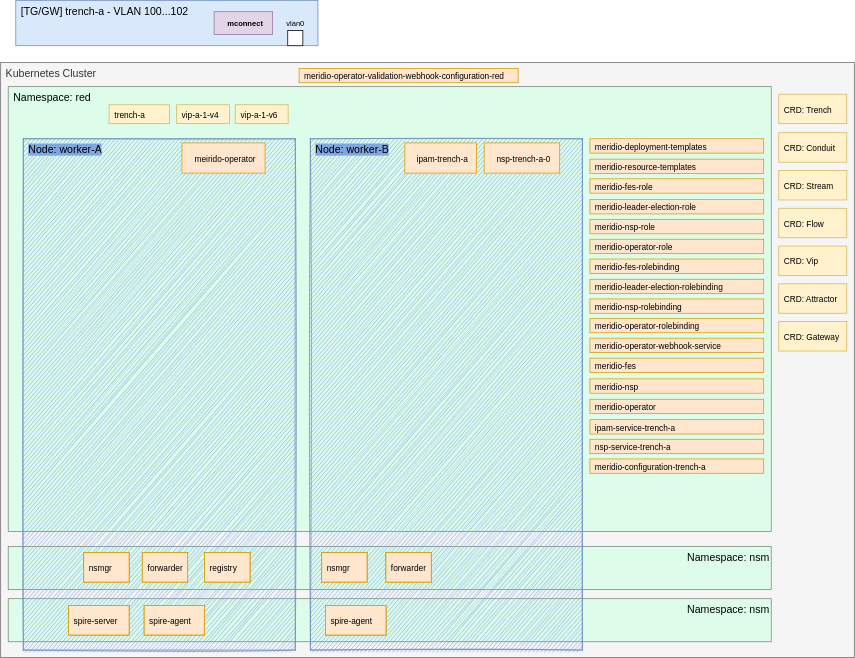
Above: Installation/assets/step-3.svg in Nordix/Meridio (draw.io), before the change. Source tidied: cells renumbered, new cells last; positions are measured from the earlier drawing's top-left corner, leaving out a move shared by most shapes.
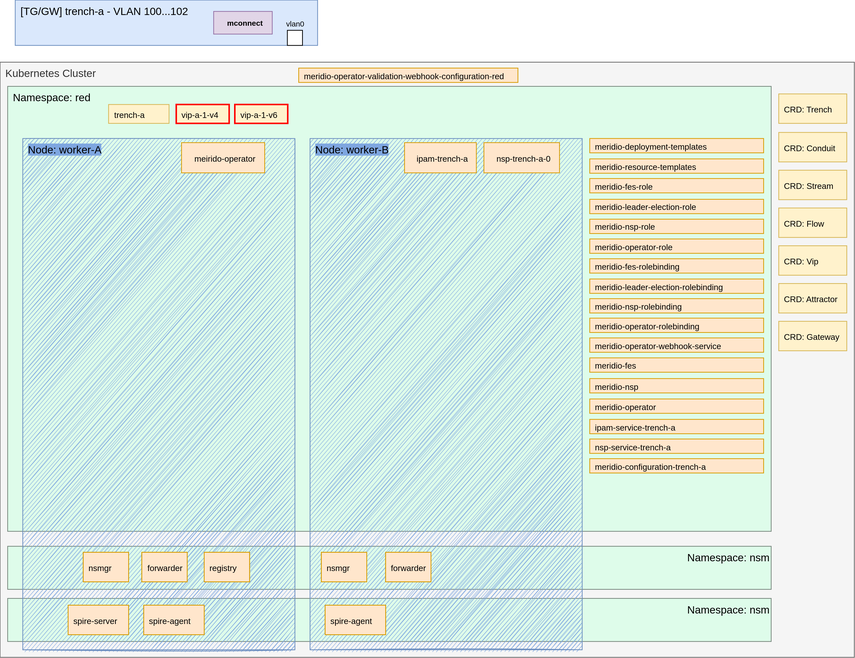
Later version of the same file.

What changed in the source:
```diff
@@ -32,7 +32,7 @@
     <mxCell id="11" value="&lt;font style=&quot;font-size: 11px&quot;&gt;trench-a&lt;br&gt;&lt;/font&gt;" style="rounded=0;whiteSpace=wrap;html=1;labelBackgroundColor=none;fontSize=14;align=left;fillColor=#fff2cc;strokeColor=#d6b656;verticalAlign=middle;spacingLeft=5;" parent="1" vertex="1">
       <mxGeometry x="143.5" y="138.2" width="80" height="25" as="geometry" />
     </mxCell>
-    <mxCell id="12" value="&lt;font style=&quot;font-size: 11px&quot;&gt;vip-a-1-v4&lt;br&gt;&lt;/font&gt;" style="rounded=0;whiteSpace=wrap;html=1;labelBackgroundColor=none;fontSize=14;align=left;fillColor=#fff2cc;strokeColor=#d6b656;verticalAlign=middle;spacingLeft=5;" parent="1" vertex="1">
+    <mxCell id="12" value="&lt;font style=&quot;font-size: 11px&quot;&gt;vip-a-1-v4&lt;br&gt;&lt;/font&gt;" style="rounded=0;whiteSpace=wrap;html=1;labelBackgroundColor=none;fontSize=14;align=left;fillColor=#fff2cc;strokeColor=#FF0000;verticalAlign=middle;spacingLeft=5;strokeWidth=2;" parent="1" vertex="1">
       <mxGeometry x="233" y="138.2" width="70" height="25" as="geometry" />
     </mxCell>
     <mxCell id="13" value="&lt;font style=&quot;font-size: 11px&quot;&gt;CRD: Trench&lt;br&gt;&lt;/font&gt;" style="rounded=0;whiteSpace=wrap;html=1;labelBackgroundColor=none;fontSize=14;align=left;fillColor=#fff2cc;strokeColor=#d6b656;verticalAlign=middle;spacingLeft=5;glass=0;shadow=0;" parent="1" vertex="1">
@@ -56,7 +56,7 @@
     <mxCell id="19" value="&lt;font style=&quot;font-size: 11px&quot;&gt;CRD: Gateway&lt;br&gt;&lt;/font&gt;" style="rounded=0;whiteSpace=wrap;html=1;labelBackgroundColor=none;fontSize=14;align=left;fillColor=#fff2cc;strokeColor=#d6b656;verticalAlign=middle;spacingLeft=5;glass=0;shadow=0;" parent="1" vertex="1">
       <mxGeometry x="1030" y="425.2" width="90" height="39" as="geometry" />
     </mxCell>
-    <mxCell id="20" value="&lt;font style=&quot;font-size: 11px&quot;&gt;vip-a-1-v6&lt;br&gt;&lt;/font&gt;" style="rounded=0;whiteSpace=wrap;html=1;labelBackgroundColor=none;fontSize=14;align=left;fillColor=#fff2cc;strokeColor=#d6b656;verticalAlign=middle;spacingLeft=5;" parent="1" vertex="1">
+    <mxCell id="20" value="&lt;font style=&quot;font-size: 11px&quot;&gt;vip-a-1-v6&lt;br&gt;&lt;/font&gt;" style="rounded=0;whiteSpace=wrap;html=1;labelBackgroundColor=none;fontSize=14;align=left;fillColor=#fff2cc;strokeColor=#FF0000;verticalAlign=middle;spacingLeft=5;strokeWidth=2;" parent="1" vertex="1">
       <mxGeometry x="310.5" y="138.2" width="70" height="25" as="geometry" />
     </mxCell>
     <mxCell id="21" value="&lt;font style=&quot;font-size: 11px&quot;&gt;meridio-operator-validation-webhook-configuration-red&lt;br&gt;&lt;/font&gt;" style="rounded=0;whiteSpace=wrap;html=1;labelBackgroundColor=none;fontSize=14;align=left;fillColor=#ffe6cc;strokeColor=#d79b00;verticalAlign=middle;spacingLeft=5;" parent="1" vertex="1">
```
